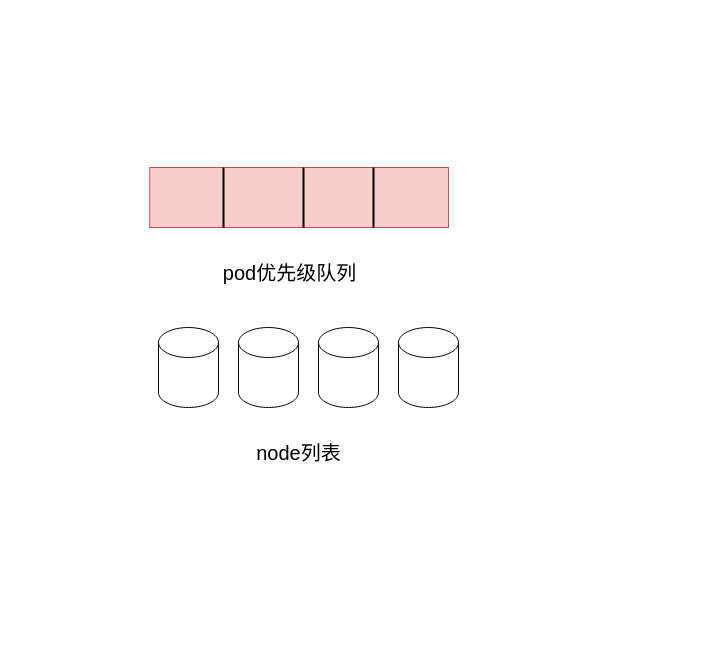
Above: 未命名绘图.drawio in gdace829/micro-todoList (draw.io), before the change. Source tidied: cells renumbered, new cells numbered last; positions are measured from the earlier drawing's top-left corner, leaving out a move shared by most shapes. Both pictures are drawn from the tidied source at 100%, with x=0, y=0 at pixel (149, 167).
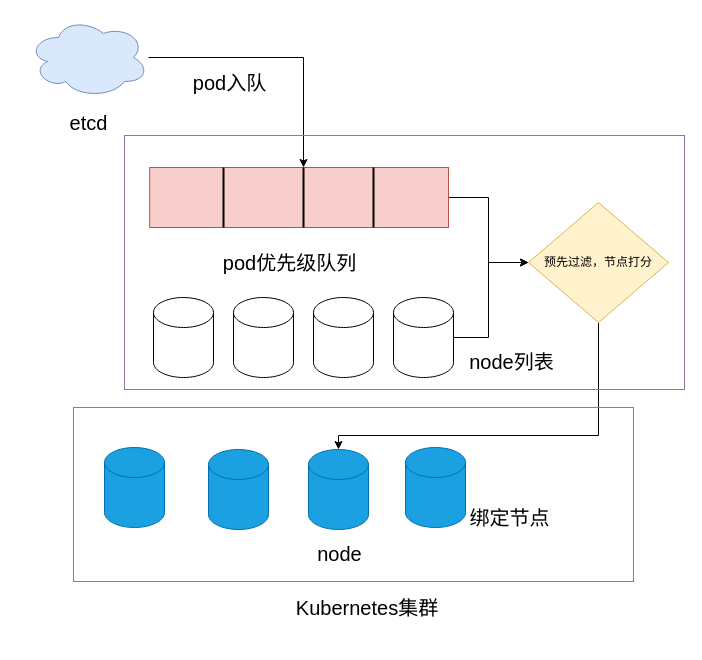
The same diagram, later.

Commit message:
更新未命名绘图.drawio

The change refers to these unchanged cells:
```xml
<mxCell id="2" style="rounded=0;whiteSpace=wrap;html=1;fillColor=#f8cecc;strokeColor=#b85450;" parent="1" vertex="1">
  <mxGeometry x="0.2" width="298.8" height="60" as="geometry" />
</mxCell>
<mxCell id="4" style="line;strokeWidth=2;direction=south;html=1;" parent="1" vertex="1">
  <mxGeometry x="149" width="10" height="60" as="geometry" />
</mxCell>
```

Diff of the diagram source:
```diff
@@
+    <mxCell id="12" style="edgeStyle=orthogonalEdgeStyle;rounded=0;jettySize=auto;html=1;exitX=1;exitY=0.5;exitDx=0;exitDy=0;" parent="1" edge="1" source="2" target="19">
+      <mxGeometry relative="1" as="geometry" />
+    </mxCell>
@@
     <mxCell id="6" value="&lt;font style=&quot;font-size: 20px;&quot;&gt;pod优先级队列&lt;/font&gt;" style="text;strokeColor=none;align=center;fillColor=none;html=1;verticalAlign=middle;whiteSpace=wrap;rounded=0;" parent="1" vertex="1">
-      <mxGeometry x="69" y="70" width="142.5" height="70" as="geometry" />
+      <mxGeometry x="69" y="60" width="142.5" height="70" as="geometry" />
     </mxCell>
     <mxCell id="7" style="shape=cylinder3;whiteSpace=wrap;html=1;boundedLbl=1;backgroundOutline=1;size=15;" parent="1" vertex="1">
-      <mxGeometry x="9" y="160" width="60" height="80" as="geometry" />
+      <mxGeometry x="4" y="130" width="60" height="80" as="geometry" />
     </mxCell>
     <mxCell id="8" style="shape=cylinder3;whiteSpace=wrap;html=1;boundedLbl=1;backgroundOutline=1;size=15;" parent="1" vertex="1">
-      <mxGeometry x="169" y="160" width="60" height="80" as="geometry" />
+      <mxGeometry x="164" y="130" width="60" height="80" as="geometry" />
     </mxCell>
     <mxCell id="9" style="shape=cylinder3;whiteSpace=wrap;html=1;boundedLbl=1;backgroundOutline=1;size=15;" parent="1" vertex="1">
-      <mxGeometry x="89" y="160" width="60" height="80" as="geometry" />
+      <mxGeometry x="84" y="130" width="60" height="80" as="geometry" />
     </mxCell>
+    <mxCell id="13" style="edgeStyle=orthogonalEdgeStyle;rounded=0;jettySize=auto;html=1;exitX=1;exitY=0.5;exitDx=0;exitDy=0;exitPerimeter=0;entryX=0;entryY=0.5;entryDx=0;entryDy=0;" parent="1" edge="1" source="10" target="19">
+      <mxGeometry relative="1" as="geometry">
+        <Array as="points">
+          <mxPoint x="339" y="170" />
+          <mxPoint x="339" y="95" />
+        </Array>
+      </mxGeometry>
+    </mxCell>
     <mxCell id="10" style="shape=cylinder3;whiteSpace=wrap;html=1;boundedLbl=1;backgroundOutline=1;size=15;" parent="1" vertex="1">
-      <mxGeometry x="249" y="160" width="60" height="80" as="geometry" />
+      <mxGeometry x="244" y="130" width="60" height="80" as="geometry" />
     </mxCell>
     <mxCell id="11" value="&lt;span style=&quot;font-size: 20px;&quot;&gt;node列表&lt;/span&gt;" style="text;strokeColor=none;align=center;fillColor=none;html=1;verticalAlign=middle;whiteSpace=wrap;rounded=0;" parent="1" vertex="1">
-      <mxGeometry x="78.4" y="250" width="142.5" height="70" as="geometry" />
+      <mxGeometry x="291" y="159" width="142.5" height="70" as="geometry" />
     </mxCell>
+    <mxCell id="14" style="edgeStyle=orthogonalEdgeStyle;rounded=0;jettySize=auto;html=1;entryX=0;entryY=0.5;entryDx=0;entryDy=0;entryPerimeter=0;" parent="1" edge="1" source="15" target="4">
+      <mxGeometry relative="1" as="geometry" />
+    </mxCell>
+    <mxCell id="15" style="ellipse;shape=cloud;whiteSpace=wrap;html=1;fillColor=#dae8fc;strokeColor=#6c8ebf;" parent="1" vertex="1">
+      <mxGeometry x="-121" y="-150" width="120" height="80" as="geometry" />
+    </mxCell>
+    <mxCell id="16" value="&lt;span style=&quot;font-size: 20px;&quot;&gt;etcd&lt;/span&gt;" style="text;strokeColor=none;align=center;fillColor=none;html=1;verticalAlign=middle;whiteSpace=wrap;rounded=0;" parent="1" vertex="1">
+      <mxGeometry x="-132.2" y="-80" width="142.5" height="70" as="geometry" />
+    </mxCell>
+    <mxCell id="17" value="&lt;span style=&quot;font-size: 20px;&quot;&gt;pod入队&lt;/span&gt;" style="text;strokeColor=none;align=center;fillColor=none;html=1;verticalAlign=middle;whiteSpace=wrap;rounded=0;" parent="1" vertex="1">
+      <mxGeometry x="9" y="-120" width="142.5" height="70" as="geometry" />
+    </mxCell>
+    <mxCell id="18" style="edgeStyle=orthogonalEdgeStyle;rounded=0;jettySize=auto;html=1;" parent="1" edge="1" source="19" target="21">
+      <mxGeometry relative="1" as="geometry">
+        <Array as="points">
+          <mxPoint x="449" y="268" />
+          <mxPoint x="189" y="268" />
+        </Array>
+      </mxGeometry>
+    </mxCell>
+    <mxCell id="19" value="预先过滤，节点打分" style="rhombus;whiteSpace=wrap;html=1;fillColor=#fff2cc;strokeColor=#d6b656;" parent="1" vertex="1">
+      <mxGeometry x="379" y="35" width="140" height="120" as="geometry" />
+    </mxCell>
+    <mxCell id="20" style="rounded=0;whiteSpace=wrap;html=1;fillColor=none;strokeColor=#9673a6;" parent="1" vertex="1">
+      <mxGeometry x="-25" y="-32" width="560" height="254" as="geometry" />
+    </mxCell>
+    <mxCell id="21" style="shape=cylinder3;whiteSpace=wrap;html=1;boundedLbl=1;backgroundOutline=1;size=15;fillColor=#1ba1e2;fontColor=#ffffff;strokeColor=#006EAF;" parent="1" vertex="1">
+      <mxGeometry x="159" y="282" width="60" height="80" as="geometry" />
+    </mxCell>
+    <mxCell id="22" value="&lt;span style=&quot;font-size: 20px;&quot;&gt;node&lt;/span&gt;" style="text;strokeColor=none;align=center;fillColor=none;html=1;verticalAlign=middle;whiteSpace=wrap;rounded=0;" parent="1" vertex="1">
+      <mxGeometry x="119" y="351" width="142.5" height="70" as="geometry" />
+    </mxCell>
+    <mxCell id="23" value="&lt;span style=&quot;font-size: 20px;&quot;&gt;绑定节点&lt;/span&gt;" style="text;strokeColor=none;align=center;fillColor=none;html=1;verticalAlign=middle;whiteSpace=wrap;rounded=0;" parent="1" vertex="1">
+      <mxGeometry x="289" y="315" width="142.5" height="70" as="geometry" />
+    </mxCell>
+    <mxCell id="24" style="shape=cylinder3;whiteSpace=wrap;html=1;boundedLbl=1;backgroundOutline=1;size=15;fillColor=#1ba1e2;fontColor=#ffffff;strokeColor=#006EAF;" parent="1" vertex="1">
+      <mxGeometry x="59" y="282" width="60" height="80" as="geometry" />
+    </mxCell>
+    <mxCell id="25" style="shape=cylinder3;whiteSpace=wrap;html=1;boundedLbl=1;backgroundOutline=1;size=15;fillColor=#1ba1e2;fontColor=#ffffff;strokeColor=#006EAF;" parent="1" vertex="1">
+      <mxGeometry x="-45" y="280" width="60" height="80" as="geometry" />
+    </mxCell>
+    <mxCell id="26" style="shape=cylinder3;whiteSpace=wrap;html=1;boundedLbl=1;backgroundOutline=1;size=15;fillColor=#1ba1e2;fontColor=#ffffff;strokeColor=#006EAF;" parent="1" vertex="1">
+      <mxGeometry x="256" y="280" width="60" height="80" as="geometry" />
+    </mxCell>
+    <mxCell id="27" style="rounded=0;whiteSpace=wrap;html=1;fillColor=none;strokeColor=#9673a6;" parent="1" vertex="1">
+      <mxGeometry x="-76" y="240" width="560" height="174" as="geometry" />
+    </mxCell>
+    <mxCell id="28" value="&lt;span style=&quot;font-size: 20px;&quot;&gt;Kubernetes集群&lt;/span&gt;" style="text;strokeColor=none;align=center;fillColor=none;html=1;verticalAlign=middle;whiteSpace=wrap;rounded=0;" parent="1" vertex="1">
+      <mxGeometry x="122.8" y="405" width="190.2" height="70" as="geometry" />
+    </mxCell>
```
